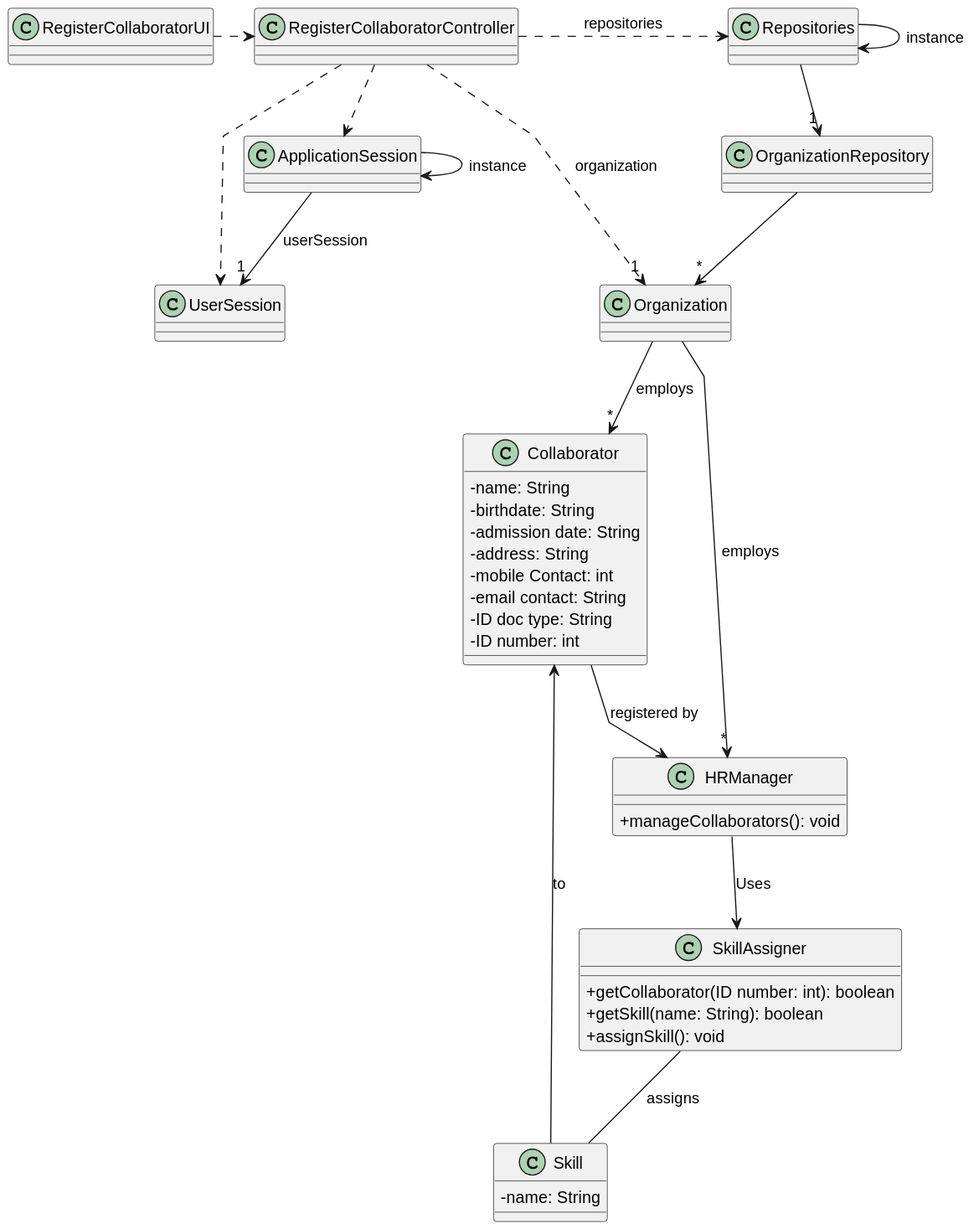
tiagosoa/lei-24-s2-1dgh-g073 keeps this PlantUML diagram as docs/sprint2/us004/03.design/svg/us004-class-diagram.svg. Above is the earlier version.
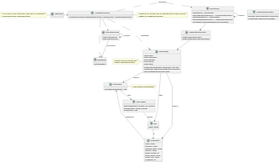
The same file after the commit.

Diff of the diagram source:
```diff
@@ -5,6 +5,17 @@
 
 skinparam classAttributeIconSize 0
 
+
+class ApplicationSession
+{
+    + static getInstance()
+    + getCurrentSession()
+}
+
+class UserSession
+{
+    + getUserEmail()
+}
 
 class Collaborator {
     - name: String
@@ -31,6 +42,39 @@
     + manageCollaborators(): void
 }
 
+class CollaboratorRepository {
+   + boolean save(Collaborator collaborator)
+   + Collaborator findByID(int IDnumber)
+ }
+
+ class Organization {
+   - String name
+   - String vatNumber
+   - String address
+   - String phone
+   - String email
+   + assignSkill(Collaborator collaborator, Skill skill)
+   + Collaborator findCollaboratorByID(int IDnumber)
+   + Skill findSkillByName(String name)
+ }
+
+ class OrganizationRepository {
+   + findByName(String name)
+   + findByVatNumber(String vatNumber)
+ }
+
+ class Repositories {
+   + getInstance() : Repositories
+   + getCollaboratorRepository() : CollaboratorRepository
+   + getSkillRepository() : SkillRepository
+   + getOrganizationRepository() : OrganizationRepository
+   + Collaborator findCollaboratorByID(int IDnumber)
+ }
+
+ class AssignSkillController {
+   + AssignSkillController(organizationRepository, skillRepository, collaboratorRepository)
+ }
+
 SkillAssigner -- Skill: assigns
 Skill --> Collaborator: to
 HRManager --> SkillAssigner: Uses
@@ -38,21 +82,40 @@
 
 Repositories -> Repositories : instance
 ApplicationSession -> ApplicationSession : instance
+AssignSkillUI .> AssignSkillController
 
-RegisterCollaboratorUI .> RegisterCollaboratorController
-
-RegisterCollaboratorController .> Repositories : repositories
+AssignSkillController .> Repositories : repositories
 
 Repositories --> "1" OrganizationRepository
 
 OrganizationRepository --> "*" Organization
 ApplicationSession --> "1" UserSession : userSession
 
-RegisterCollaboratorController ..> "1" Organization : organization
-RegisterCollaboratorController ..> ApplicationSession
-RegisterCollaboratorController ..> UserSession
+AssignSkillController ..> "1" Organization : organization
+AssignSkillController ..> ApplicationSession
+AssignSkillController ..> UserSession
 Collaborator --> HRManager : registered by
 
 Organization --> "*" HRManager : employs
 Organization --> "*" Collaborator : employs
+Organization --> "*" Skill : owns
+
+note right of AssignSkillController
+  - Collaborator ID and Skill name are obtained from the HRM's selection
+  - Updates the Collaborator Repository
+end note
+
+note right of HRManager
+  - HRM initiates skill assignment
+end note
+
+note left of AssignSkillUI
+  - UI for HRM to select collaborator(s) and skill(s) to be assigned
+  - Communicates with AssignSkillController
+end note
+
+note left of Organization
+  - Manages skills and collaborators
+  - Handles organizational details
+end note
 @enduml
```
